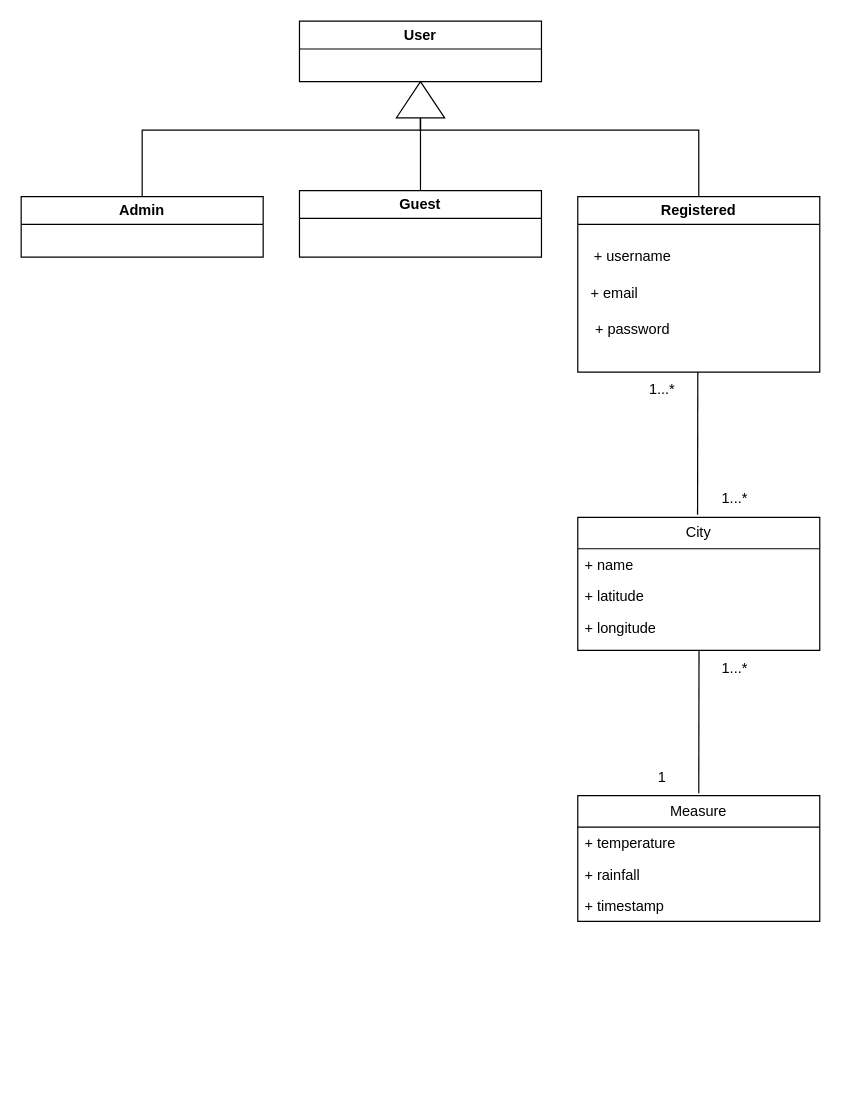
AlessioSmn/Italy-Weather-Prediction-App keeps this draw.io diagram as uml.drawio. Above is the earlier version. Source tidied: cells renumbered, new cells numbered last; positions are measured from the earlier drawing's top-left corner, leaving out a move shared by most shapes. Both pictures are drawn from the tidied source at 121%, with x=0, y=0 at pixel (21, 21).
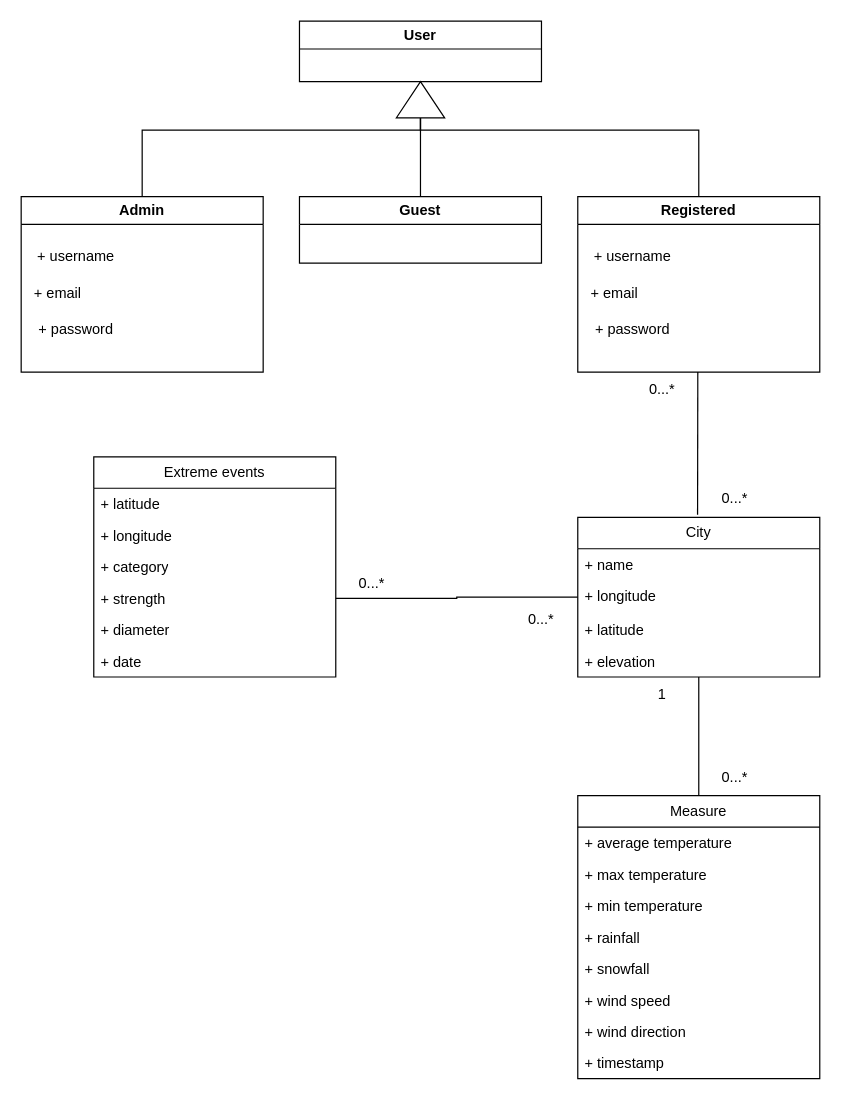
After the change.

Change to the diagram source:
```diff
@@
     <mxCell id="4" value="Guest" style="swimlane;whiteSpace=wrap;html=1;" parent="1" vertex="1">
-      <mxGeometry x="230" y="140" width="200" height="55" as="geometry" />
+      <mxGeometry x="230" y="145" width="200" height="55" as="geometry" />
     </mxCell>
@@
     <mxCell id="6" value="Admin" style="swimlane;whiteSpace=wrap;html=1;" parent="1" vertex="1">
-      <mxGeometry y="145" width="200" height="50" as="geometry" />
+      <mxGeometry y="145" width="200" height="145" as="geometry" />
     </mxCell>
+    <mxCell id="27" value="&lt;div&gt;+ username&lt;/div&gt;" style="text;html=1;align=center;verticalAlign=middle;strokeColor=none;fillColor=none;" parent="6" vertex="1">
+      <mxGeometry y="35" width="90" height="30" as="geometry" />
+    </mxCell>
+    <mxCell id="28" value="+ email" style="text;html=1;align=center;verticalAlign=middle;strokeColor=none;fillColor=none;" parent="6" vertex="1">
+      <mxGeometry y="65" width="60" height="30" as="geometry" />
+    </mxCell>
+    <mxCell id="29" value="+ password" style="text;html=1;align=center;verticalAlign=middle;strokeColor=none;fillColor=none;" parent="6" vertex="1">
+      <mxGeometry y="95" width="90" height="30" as="geometry" />
+    </mxCell>
@@
+    <mxCell id="12" style="triangle;whiteSpace=wrap;html=1;direction=north;" parent="1" vertex="1">
+      <mxGeometry x="310" y="50" width="40" height="30" as="geometry" />
+    </mxCell>
+    <mxCell id="21" style="endArrow=none;html=1;rounded=0;" parent="1" edge="1">
+      <mxGeometry relative="1" as="geometry">
+        <mxPoint x="559" y="408" as="sourcePoint" />
+        <mxPoint x="559.2" y="290" as="targetPoint" />
+      </mxGeometry>
+    </mxCell>
+    <mxCell id="24" style="endArrow=none;html=1;rounded=0;exitX=0;exitY=1;exitDx=0;exitDy=0;" parent="1" edge="1" source="25" target="13">
+      <mxGeometry relative="1" as="geometry" />
+    </mxCell>
+    <mxCell id="30" style="group;" parent="1" vertex="1">
+      <mxGeometry x="460" y="145" width="200" height="175" as="geometry" />
+    </mxCell>
-    <mxCell id="8" value="Registered" style="swimlane;whiteSpace=wrap;html=1;startSize=23;" parent="1" vertex="1">
-      <mxGeometry x="460" y="145" width="200" height="145" as="geometry" />
+    <mxCell id="8" value="Registered" style="swimlane;whiteSpace=wrap;html=1;startSize=23;" parent="30" vertex="1">
+      <mxGeometry width="200" height="145" as="geometry" />
     </mxCell>
@@
-    <mxCell id="12" style="triangle;whiteSpace=wrap;html=1;direction=north;" parent="1" vertex="1">
-      <mxGeometry x="310" y="50" width="40" height="30" as="geometry" />
-    </mxCell>
+    <mxCell id="22" value="0...*" style="text;html=1;align=center;verticalAlign=middle;whiteSpace=wrap;rounded=0;" parent="30" vertex="1">
+      <mxGeometry x="40" y="145" width="60" height="30" as="geometry" />
+    </mxCell>
+    <mxCell id="31" value="Extreme events" style="swimlane;fontStyle=0;horizontal=1;startSize=26;fillColor=none;whiteSpace=wrap;html=1;" parent="1" vertex="1">
+      <mxGeometry x="60" y="360" width="200" height="182" as="geometry" />
+    </mxCell>
+    <mxCell id="32" value="+ latitude" style="text;strokeColor=none;fillColor=none;align=left;verticalAlign=top;spacingLeft=4;spacingRight=4;overflow=hidden;whiteSpace=wrap;html=1;" parent="31" vertex="1">
+      <mxGeometry y="26" width="200" height="26" as="geometry" />
+    </mxCell>
+    <mxCell id="33" value="+ longitude" style="text;strokeColor=none;fillColor=none;align=left;verticalAlign=top;spacingLeft=4;spacingRight=4;overflow=hidden;whiteSpace=wrap;html=1;" parent="31" vertex="1">
+      <mxGeometry y="52" width="200" height="26" as="geometry" />
+    </mxCell>
+    <mxCell id="34" value="+ category" style="text;strokeColor=none;fillColor=none;align=left;verticalAlign=top;spacingLeft=4;spacingRight=4;overflow=hidden;whiteSpace=wrap;html=1;" parent="31" vertex="1">
+      <mxGeometry y="78" width="200" height="26" as="geometry" />
+    </mxCell>
+    <mxCell id="35" value="+ strength" style="text;strokeColor=none;fillColor=none;align=left;verticalAlign=top;spacingLeft=4;spacingRight=4;overflow=hidden;points=[[0,0.5],[1,0.5]];portConstraint=eastwest;whiteSpace=wrap;html=1;" parent="31" vertex="1">
+      <mxGeometry y="104" width="200" height="26" as="geometry" />
+    </mxCell>
+    <mxCell id="36" value="+ diameter" style="text;strokeColor=none;fillColor=none;align=left;verticalAlign=top;spacingLeft=4;spacingRight=4;overflow=hidden;whiteSpace=wrap;html=1;" parent="31" vertex="1">
+      <mxGeometry y="130" width="200" height="26" as="geometry" />
+    </mxCell>
+    <mxCell id="37" value="+ date" style="text;strokeColor=none;fillColor=none;align=left;verticalAlign=top;spacingLeft=4;spacingRight=4;overflow=hidden;whiteSpace=wrap;html=1;" parent="31" vertex="1">
+      <mxGeometry y="156" width="200" height="26" as="geometry" />
+    </mxCell>
+    <mxCell id="38" style="edgeStyle=orthogonalEdgeStyle;rounded=0;jettySize=auto;html=1;endArrow=none;endFill=0;" parent="1" edge="1" source="35" target="13">
+      <mxGeometry relative="1" as="geometry" />
+    </mxCell>
+    <mxCell id="39" value="0...*" style="text;html=1;align=center;verticalAlign=middle;whiteSpace=wrap;rounded=0;" parent="1" vertex="1">
+      <mxGeometry x="260" y="450" width="60" height="30" as="geometry" />
+    </mxCell>
+    <mxCell id="40" value="0...*" style="text;html=1;align=center;verticalAlign=middle;whiteSpace=wrap;rounded=0;" parent="1" vertex="1">
+      <mxGeometry x="400" y="480" width="60" height="30" as="geometry" />
+    </mxCell>
     <mxCell id="13" value="City" style="swimlane;fontStyle=0;horizontal=1;startSize=26;fillColor=none;whiteSpace=wrap;html=1;" parent="1" vertex="1">
-      <mxGeometry x="460" y="410" width="200" height="110" as="geometry" />
+      <mxGeometry x="460" y="410" width="200" height="132" as="geometry" />
     </mxCell>
@@
+    <mxCell id="16" value="+ longitude" style="text;strokeColor=none;fillColor=none;align=left;verticalAlign=top;spacingLeft=4;spacingRight=4;overflow=hidden;whiteSpace=wrap;html=1;" parent="13" vertex="1">
+      <mxGeometry y="52" width="200" height="28" as="geometry" />
+    </mxCell>
+    <mxCell id="41" value="+ latitude" style="text;strokeColor=none;fillColor=none;align=left;verticalAlign=top;spacingLeft=4;spacingRight=4;overflow=hidden;whiteSpace=wrap;html=1;" parent="13" vertex="1">
+      <mxGeometry y="80" width="200" height="26" as="geometry" />
+    </mxCell>
-    <mxCell id="15" value="+ latitude" style="text;strokeColor=none;fillColor=none;align=left;verticalAlign=top;spacingLeft=4;spacingRight=4;overflow=hidden;whiteSpace=wrap;html=1;" parent="13" vertex="1">
-      <mxGeometry y="52" width="200" height="26" as="geometry" />
+    <mxCell id="15" value="+ elevation" style="text;strokeColor=none;fillColor=none;align=left;verticalAlign=top;spacingLeft=4;spacingRight=4;overflow=hidden;whiteSpace=wrap;html=1;" parent="13" vertex="1">
+      <mxGeometry y="106" width="200" height="26" as="geometry" />
     </mxCell>
-    <mxCell id="16" value="+ longitude" style="text;strokeColor=none;fillColor=none;align=left;verticalAlign=top;spacingLeft=4;spacingRight=4;overflow=hidden;whiteSpace=wrap;html=1;" parent="13" vertex="1">
-      <mxGeometry y="78" width="200" height="32" as="geometry" />
-    </mxCell>
+    <mxCell id="23" value="0...*" style="text;html=1;align=center;verticalAlign=middle;whiteSpace=wrap;rounded=0;" parent="1" vertex="1">
+      <mxGeometry x="560" y="380" width="60" height="30" as="geometry" />
+    </mxCell>
     <mxCell id="17" value="Measure" style="swimlane;fontStyle=0;horizontal=1;startSize=26;fillColor=none;whiteSpace=wrap;html=1;" parent="1" vertex="1">
-      <mxGeometry x="460" y="640" width="200" height="104" as="geometry" />
+      <mxGeometry x="460" y="640" width="200" height="234" as="geometry" />
     </mxCell>
-    <mxCell id="18" value="+ temperature" style="text;strokeColor=none;fillColor=none;align=left;verticalAlign=top;spacingLeft=4;spacingRight=4;overflow=hidden;whiteSpace=wrap;html=1;" parent="17" vertex="1">
+    <mxCell id="18" value="+ average temperature" style="text;strokeColor=none;fillColor=none;align=left;verticalAlign=top;spacingLeft=4;spacingRight=4;overflow=hidden;whiteSpace=wrap;html=1;" parent="17" vertex="1">
       <mxGeometry y="26" width="200" height="26" as="geometry" />
     </mxCell>
+    <mxCell id="42" value="+ max temperature" style="text;strokeColor=none;fillColor=none;align=left;verticalAlign=top;spacingLeft=4;spacingRight=4;overflow=hidden;whiteSpace=wrap;html=1;" parent="17" vertex="1">
+      <mxGeometry y="52" width="200" height="26" as="geometry" />
+    </mxCell>
+    <mxCell id="43" value="+ min temperature" style="text;strokeColor=none;fillColor=none;align=left;verticalAlign=top;spacingLeft=4;spacingRight=4;overflow=hidden;whiteSpace=wrap;html=1;" parent="17" vertex="1">
+      <mxGeometry y="78" width="200" height="26" as="geometry" />
+    </mxCell>
     <mxCell id="19" value="+ rainfall" style="text;strokeColor=none;fillColor=none;align=left;verticalAlign=top;spacingLeft=4;spacingRight=4;overflow=hidden;whiteSpace=wrap;html=1;" parent="17" vertex="1">
-      <mxGeometry y="52" width="200" height="26" as="geometry" />
+      <mxGeometry y="104" width="200" height="26" as="geometry" />
     </mxCell>
+    <mxCell id="44" value="+ snowfall" style="text;strokeColor=none;fillColor=none;align=left;verticalAlign=top;spacingLeft=4;spacingRight=4;overflow=hidden;whiteSpace=wrap;html=1;" parent="17" vertex="1">
+      <mxGeometry y="130" width="200" height="26" as="geometry" />
+    </mxCell>
+    <mxCell id="45" value="+ wind speed" style="text;strokeColor=none;fillColor=none;align=left;verticalAlign=top;spacingLeft=4;spacingRight=4;overflow=hidden;whiteSpace=wrap;html=1;" parent="17" vertex="1">
+      <mxGeometry y="156" width="200" height="26" as="geometry" />
+    </mxCell>
+    <mxCell id="46" value="+ wind direction" style="text;strokeColor=none;fillColor=none;align=left;verticalAlign=top;spacingLeft=4;spacingRight=4;overflow=hidden;whiteSpace=wrap;html=1;" parent="17" vertex="1">
+      <mxGeometry y="182" width="200" height="26" as="geometry" />
+    </mxCell>
     <mxCell id="20" value="+ timestamp" style="text;strokeColor=none;fillColor=none;align=left;verticalAlign=top;spacingLeft=4;spacingRight=4;overflow=hidden;whiteSpace=wrap;html=1;" parent="17" vertex="1">
-      <mxGeometry y="78" width="200" height="26" as="geometry" />
+      <mxGeometry y="208" width="200" height="26" as="geometry" />
     </mxCell>
-    <mxCell id="21" style="endArrow=none;html=1;rounded=0;" parent="1" edge="1">
-      <mxGeometry relative="1" as="geometry">
-        <mxPoint x="559" y="408" as="sourcePoint" />
-        <mxPoint x="559.2" y="290" as="targetPoint" />
-      </mxGeometry>
-    </mxCell>
-    <mxCell id="22" value="1...*" style="text;html=1;align=center;verticalAlign=middle;whiteSpace=wrap;rounded=0;" parent="1" vertex="1">
-      <mxGeometry x="500" y="290" width="60" height="30" as="geometry" />
-    </mxCell>
-    <mxCell id="23" value="1...*" style="text;html=1;align=center;verticalAlign=middle;whiteSpace=wrap;rounded=0;" parent="1" vertex="1">
-      <mxGeometry x="560" y="380" width="60" height="30" as="geometry" />
-    </mxCell>
-    <mxCell id="24" style="endArrow=none;html=1;rounded=0;" parent="1" edge="1">
-      <mxGeometry relative="1" as="geometry">
-        <mxPoint x="560" y="638" as="sourcePoint" />
-        <mxPoint x="560.2" y="520" as="targetPoint" />
-      </mxGeometry>
-    </mxCell>
+    <mxCell id="26" value="1" style="text;html=1;align=center;verticalAlign=middle;whiteSpace=wrap;rounded=0;" parent="1" vertex="1">
+      <mxGeometry x="500" y="542" width="60" height="30" as="geometry" />
+    </mxCell>
-    <mxCell id="25" value="1...*" style="text;html=1;align=center;verticalAlign=middle;whiteSpace=wrap;rounded=0;" parent="1" vertex="1">
-      <mxGeometry x="560" y="520" width="60" height="30" as="geometry" />
+    <mxCell id="25" value="0...*" style="text;html=1;align=center;verticalAlign=middle;whiteSpace=wrap;rounded=0;" parent="1" vertex="1">
+      <mxGeometry x="560" y="610" width="60" height="30" as="geometry" />
     </mxCell>
-    <mxCell id="26" value="1" style="text;html=1;align=center;verticalAlign=middle;whiteSpace=wrap;rounded=0;" parent="1" vertex="1">
-      <mxGeometry x="500" y="610" width="60" height="30" as="geometry" />
-    </mxCell>
```
